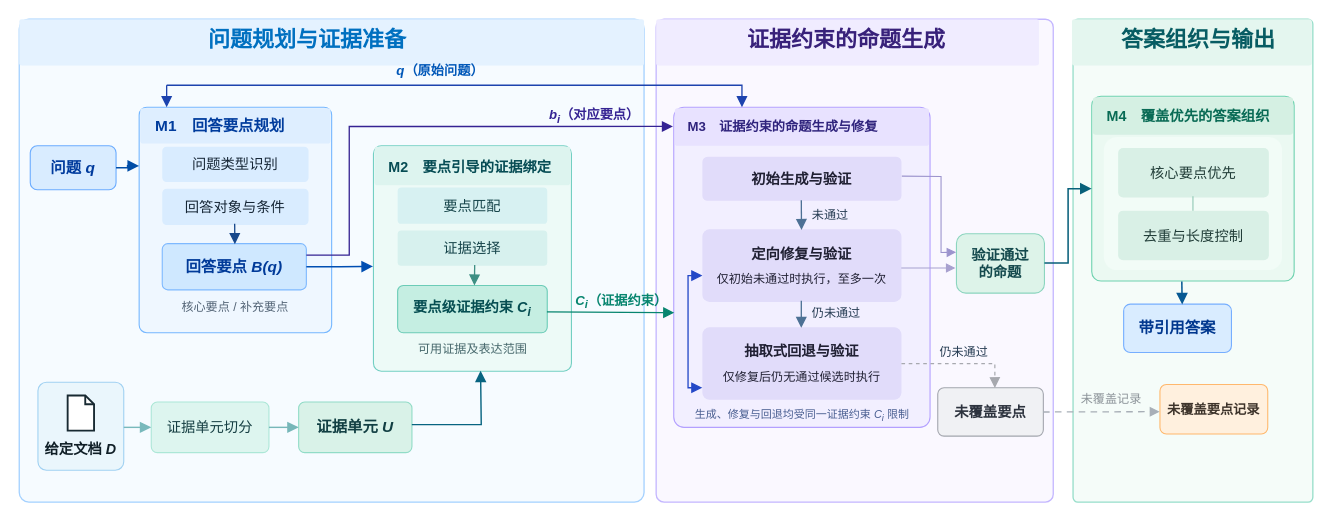
Earlier version of the draw.io diagram 20261019方法框架图.drawio (handsome-tony/picture). Source tidied: cells renumbered, new cells numbered last; positions are measured from the earlier drawing's top-left corner, leaving out a move shared by most shapes. Both pictures are drawn from the tidied source at 110%, with x=0, y=0 at pixel (19, 19).
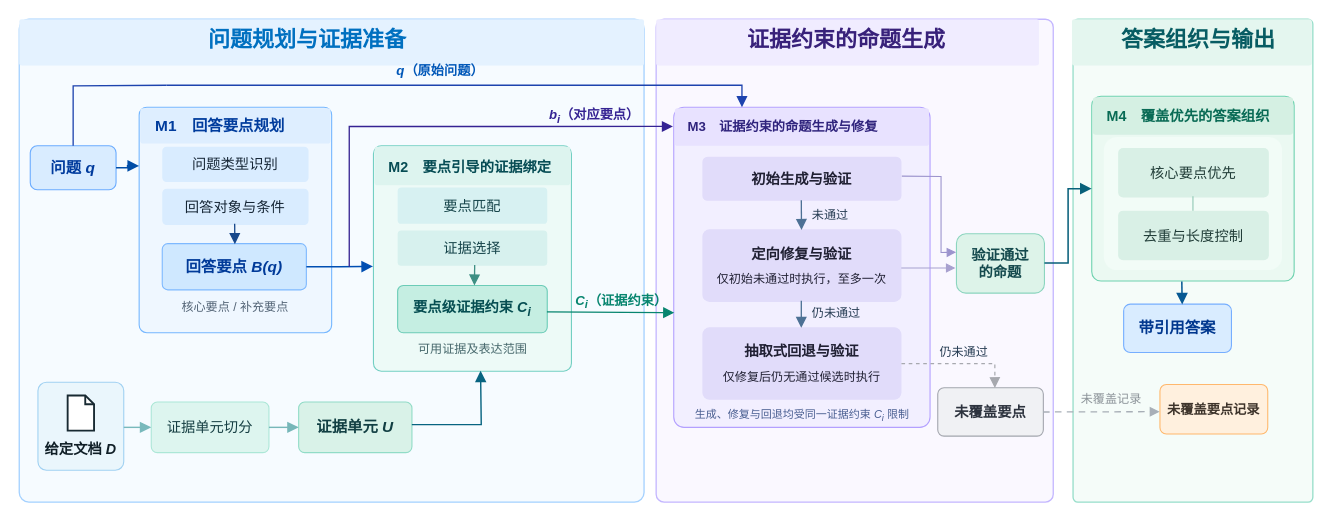
Above is the later version.

Commit message (it also covers changes not shown here):
更新20261019方法框架图.drawio

Unchanged cells that the change refers to:
```xml
<mxCell id="12" value="回答要点 &lt;i&gt;B(q)&lt;/i&gt;" style="rounded=1;arcSize=12;whiteSpace=wrap;html=1;fillColor=#CFE8FF;strokeColor=#7EB9FF;strokeWidth=1;fontColor=#003A99;fontFamily=Microsoft YaHei;fontSize=14;fontStyle=1;" parent="1" vertex="1">
  <mxGeometry x="130" y="204" width="131" height="42" as="geometry" />
</mxCell>
<mxCell id="14" value="问题 &lt;i&gt;q&lt;/i&gt;" style="rounded=1;arcSize=16;whiteSpace=wrap;html=1;fillColor=#D9ECFF;strokeColor=#6BACFF;strokeWidth=1;fontColor=#003B9D;fontFamily=Microsoft YaHei;fontSize=14;fontStyle=1;" parent="1" vertex="1">
  <mxGeometry x="10" y="115" width="78" height="40" as="geometry" />
</mxCell>
<mxCell id="29" style="rounded=1;arcSize=4;whiteSpace=wrap;html=1;fillColor=#F2EFFF;strokeColor=#B3A0FF;strokeWidth=1;" parent="1" vertex="1">
  <mxGeometry x="595" y="80" width="233" height="291" as="geometry" />
</mxCell>
```

The edit, as a diff of the source:
```diff
@@
-    <mxCell id="44" style="edgeStyle=none;rounded=0;html=1;endArrow=block;endFill=1;endSize=7;strokeColor=#1D43AE;strokeWidth=1.2;" parent="1" edge="1">
+    <mxCell id="44" style="edgeStyle=orthogonalEdgeStyle;rounded=0;html=1;endArrow=none;endFill=0;endSize=7;strokeColor=#1D43AE;strokeWidth=1.2;entryX=0.5;entryY=0;entryDx=0;entryDy=0;" parent="1" edge="1" target="14">
       <mxGeometry relative="1" as="geometry">
         <mxPoint x="134" y="60" as="sourcePoint" />
-        <mxPoint x="134" y="80" as="targetPoint" />
       </mxGeometry>
     </mxCell>
@@
-    <mxCell id="54" style="edgeStyle=orthogonalEdgeStyle;rounded=0;html=1;endArrow=block;endFill=1;endSize=7;strokeColor=#352393;strokeWidth=1.2;entryX=-0.003;entryY=0.06;entryDx=0;entryDy=0;entryPerimeter=0;exitX=1;exitY=0.25;exitDx=0;exitDy=0;" parent="1" edge="1" source="12" target="29">
+    <mxCell id="54" style="edgeStyle=orthogonalEdgeStyle;rounded=0;html=1;endArrow=block;endFill=1;endSize=7;strokeColor=#352393;strokeWidth=1.2;entryX=-0.003;entryY=0.06;entryDx=0;entryDy=0;entryPerimeter=0;" parent="1" edge="1" target="29">
       <mxGeometry relative="1" as="geometry">
+        <mxPoint x="300" y="225" as="sourcePoint" />
         <Array as="points">
           <mxPoint x="300" y="214.5" />
           <mxPoint x="300" y="97.5" />
         </Array>
       </mxGeometry>
     </mxCell>
@@
-    <mxCell id="56" style="edgeStyle=none;rounded=0;html=1;endArrow=block;endFill=1;endSize=7;strokeColor=#2448C7;strokeWidth=1.2;" parent="1" edge="1">
-      <mxGeometry relative="1" as="geometry">
-        <mxPoint x="608" y="328" as="sourcePoint" />
-        <mxPoint x="621" y="233" as="targetPoint" />
-        <Array as="points">
-          <mxPoint x="608" y="233" />
-        </Array>
-      </mxGeometry>
-    </mxCell>
-    <mxCell id="57" style="edgeStyle=none;rounded=0;html=1;endArrow=block;endFill=1;endSize=7;strokeColor=#2448C7;strokeWidth=1.2;" parent="1" edge="1">
-      <mxGeometry relative="1" as="geometry">
-        <mxPoint x="608" y="328" as="sourcePoint" />
-        <mxPoint x="621" y="335" as="targetPoint" />
-        <Array as="points">
-          <mxPoint x="608" y="335" />
-        </Array>
-      </mxGeometry>
-    </mxCell>
```
